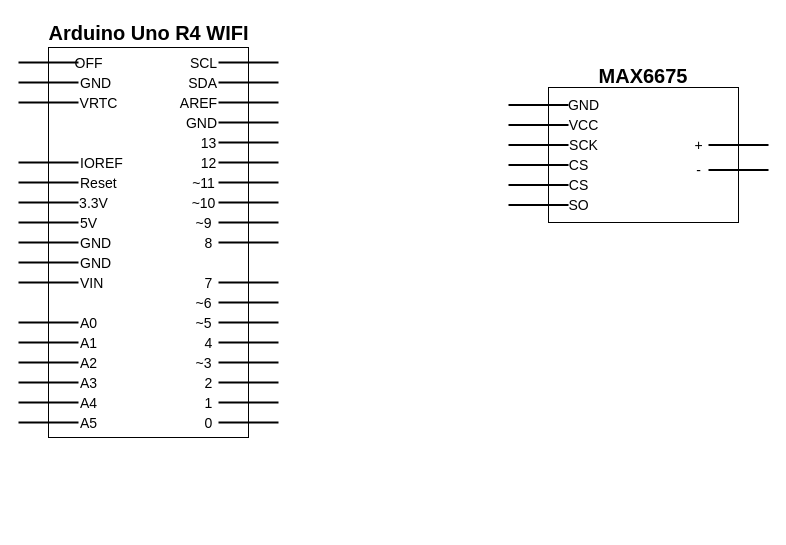
Before: HaySteamerCircuitDiagram.drawio in RoadRunner-2/HaySteamerTemperatureControl, a draw.io diagram. Source tidied: cells renumbered, new cells numbered last; positions are measured from the earlier drawing's top-left corner, leaving out a move shared by most shapes. Both pictures are drawn from the tidied source at 100%, with x=0, y=0 at pixel (18, 17).
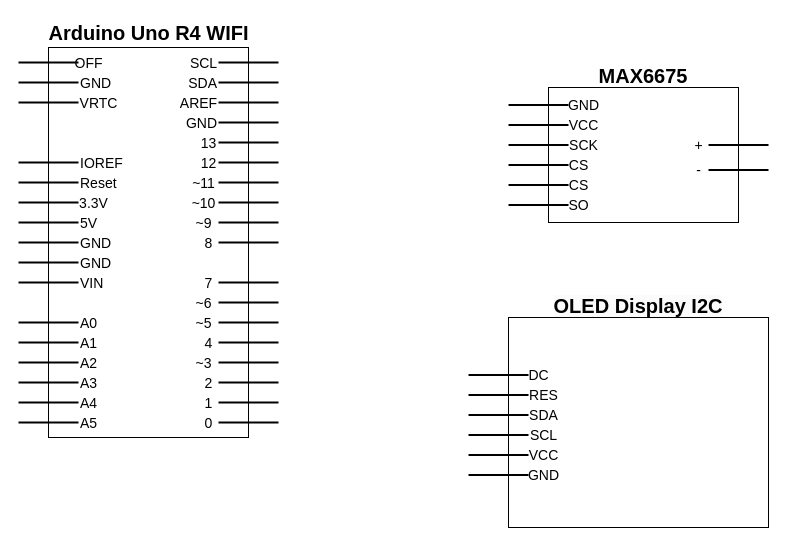
After the change.

Commit message:
configured schematic for OLED Display using I2C

Diff of the diagram source:
```diff
@@
+    <mxCell id="93" style="group;" parent="1" vertex="1">
+      <mxGeometry x="450" y="270" width="300" height="240" as="geometry" />
+    </mxCell>
+    <mxCell id="94" style="rounded=0;whiteSpace=wrap;html=1;" parent="93" vertex="1">
+      <mxGeometry x="40" y="30" width="260" height="210" as="geometry" />
+    </mxCell>
+    <mxCell id="95" style="line;strokeWidth=2;html=1;" parent="93" vertex="1">
+      <mxGeometry y="182.5" width="60" height="10" as="geometry" />
+    </mxCell>
+    <mxCell id="96" style="line;strokeWidth=2;html=1;" parent="93" vertex="1">
+      <mxGeometry y="142.5" width="60" height="10" as="geometry" />
+    </mxCell>
+    <mxCell id="97" style="line;strokeWidth=2;html=1;" parent="93" vertex="1">
+      <mxGeometry y="162.5" width="60" height="10" as="geometry" />
+    </mxCell>
+    <mxCell id="98" style="line;strokeWidth=2;html=1;" parent="93" vertex="1">
+      <mxGeometry y="122.5" width="60" height="10" as="geometry" />
+    </mxCell>
+    <mxCell id="99" style="line;strokeWidth=2;html=1;" parent="93" vertex="1">
+      <mxGeometry y="102.5" width="60" height="10" as="geometry" />
+    </mxCell>
+    <mxCell id="100" style="line;strokeWidth=2;html=1;" parent="93" vertex="1">
+      <mxGeometry y="82.5" width="60" height="10" as="geometry" />
+    </mxCell>
+    <mxCell id="101" value="&lt;font style=&quot;font-size: 14px; font-weight: normal;&quot;&gt;GND&lt;/font&gt;" style="text;strokeColor=none;fillColor=none;html=1;fontSize=24;fontStyle=1;verticalAlign=middle;align=center;" parent="93" vertex="1">
+      <mxGeometry x="60" y="177.5" width="30" height="15" as="geometry" />
+    </mxCell>
+    <mxCell id="102" value="&lt;font style=&quot;font-size: 14px; font-weight: normal;&quot;&gt;VCC&lt;/font&gt;" style="text;strokeColor=none;fillColor=none;html=1;fontSize=24;fontStyle=1;verticalAlign=middle;align=center;" parent="93" vertex="1">
+      <mxGeometry x="60" y="157.5" width="30" height="15" as="geometry" />
+    </mxCell>
+    <mxCell id="103" value="&lt;font style=&quot;font-size: 14px; font-weight: normal;&quot;&gt;SCL&lt;/font&gt;" style="text;strokeColor=none;fillColor=none;html=1;fontSize=24;fontStyle=1;verticalAlign=middle;align=center;" parent="93" vertex="1">
+      <mxGeometry x="60" y="137.5" width="30" height="15" as="geometry" />
+    </mxCell>
+    <mxCell id="104" value="&lt;span style=&quot;font-size: 14px; font-weight: 400;&quot;&gt;SDA&lt;/span&gt;" style="text;strokeColor=none;fillColor=none;html=1;fontSize=24;fontStyle=1;verticalAlign=middle;align=center;" parent="93" vertex="1">
+      <mxGeometry x="60" y="117.5" width="30" height="15" as="geometry" />
+    </mxCell>
+    <mxCell id="105" value="&lt;font style=&quot;font-size: 14px; font-weight: normal;&quot;&gt;RES&lt;/font&gt;" style="text;strokeColor=none;fillColor=none;html=1;fontSize=24;fontStyle=1;verticalAlign=middle;align=center;" parent="93" vertex="1">
+      <mxGeometry x="60" y="97.5" width="30" height="15" as="geometry" />
+    </mxCell>
+    <mxCell id="106" value="&lt;span style=&quot;font-size: 14px; font-weight: 400;&quot;&gt;DC&lt;/span&gt;" style="text;strokeColor=none;fillColor=none;html=1;fontSize=24;fontStyle=1;verticalAlign=middle;align=center;" parent="93" vertex="1">
+      <mxGeometry x="60" y="77.5" width="20" height="15" as="geometry" />
+    </mxCell>
+    <mxCell id="107" value="&lt;b style=&quot;forced-color-adjust: none; color: rgb(0, 0, 0); font-family: Helvetica; font-size: 20px; font-style: normal; font-variant-ligatures: normal; font-variant-caps: normal; letter-spacing: normal; orphans: 2; text-indent: 0px; text-transform: none; widows: 2; word-spacing: 0px; -webkit-text-stroke-width: 0px; white-space: nowrap; background-color: rgb(251, 251, 251); text-decoration-thickness: initial; text-decoration-style: initial; text-decoration-color: initial;&quot;&gt;OLED Display I2C&lt;/b&gt;" style="text;whiteSpace=wrap;html=1;align=center;" parent="93" vertex="1">
+      <mxGeometry x="40" width="260" height="60" as="geometry" />
+    </mxCell>
```
